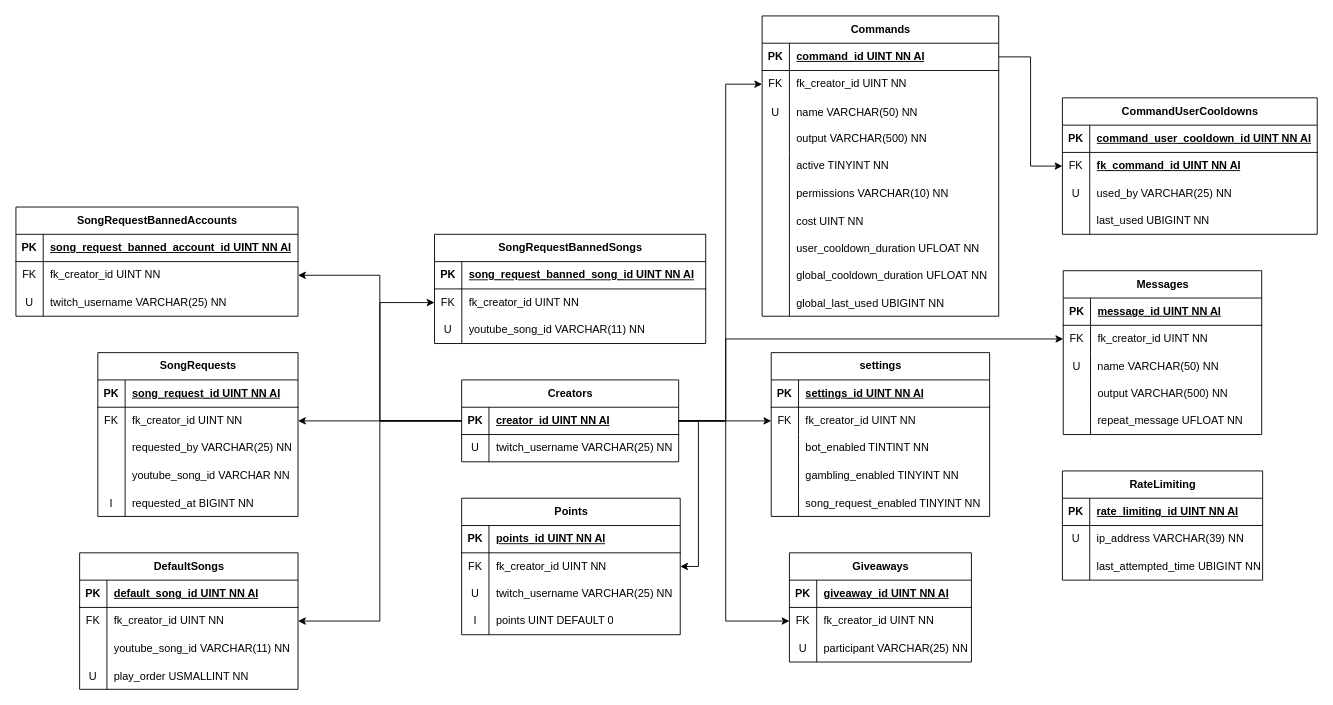
Above: Database/LundBot69 RDS.drawio.xml in MagnusHLund/LundBot69_Twitch (draw.io), before the change. Source tidied: cells renumbered, new cells numbered last; positions are measured from the earlier drawing's top-left corner, leaving out a move shared by most shapes. Both pictures are drawn from the tidied source at 91%, with x=0, y=0 at pixel (15, 15).
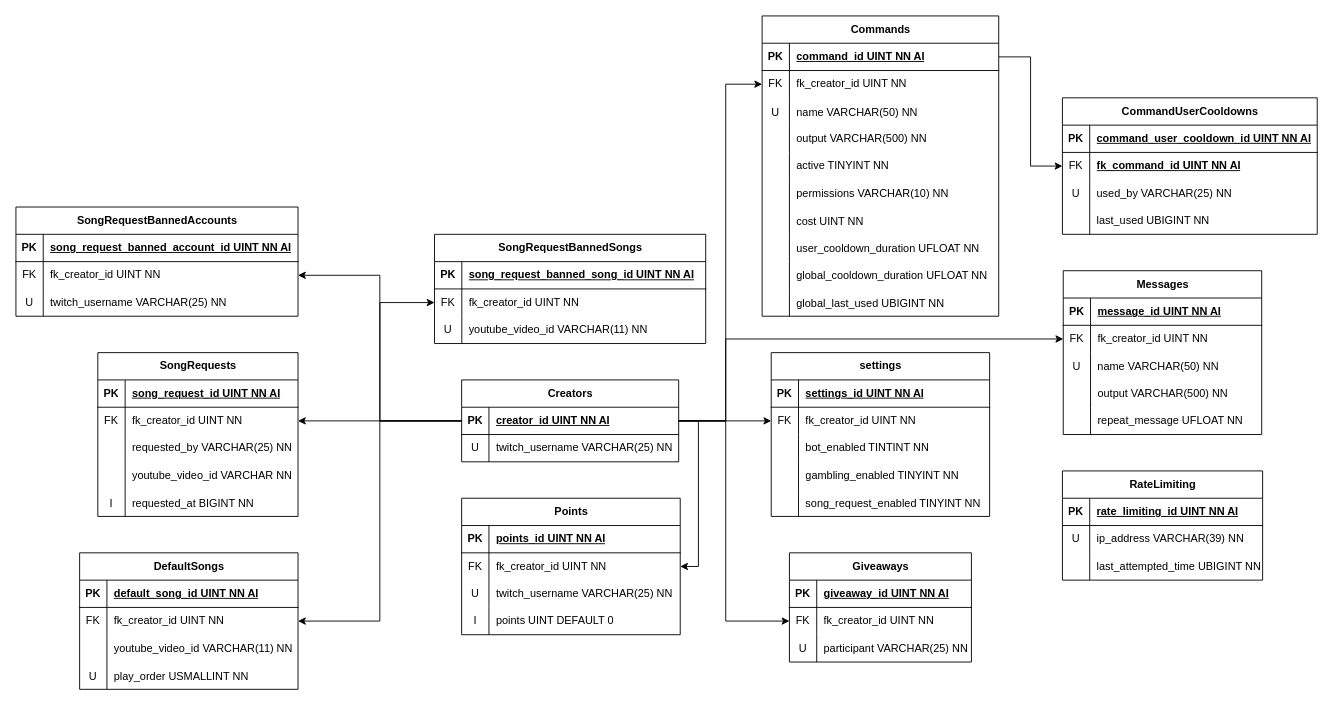
The same diagram, later.

The change refers to these unchanged cells:
```xml
<mxCell id="16" style="shape=tableRow;horizontal=0;startSize=0;swimlaneHead=0;swimlaneBody=0;fillColor=none;top=0;left=0;right=0;bottom=0;" parent="9" vertex="1">
  <mxGeometry y="90" width="298" height="30" as="geometry" />
</mxCell>
<mxCell id="99" style="shape=tableRow;horizontal=0;startSize=0;swimlaneHead=0;swimlaneBody=0;fillColor=none;top=0;left=0;right=0;bottom=0;" parent="89" vertex="1">
  <mxGeometry y="120" width="220" height="30" as="geometry" />
</mxCell>
<mxCell id="112" style="shape=tableRow;horizontal=0;startSize=0;swimlaneHead=0;swimlaneBody=0;fillColor=none;top=0;left=0;right=0;bottom=0;" parent="105" vertex="1">
  <mxGeometry y="90" width="240" height="30" as="geometry" />
</mxCell>
```

Change to the diagram source:
```diff
@@
-    <mxCell id="18" value="youtube_song_id VARCHAR(11) NN" style="shape=partialRectangle;fillColor=none;top=0;left=0;bottom=0;right=0;align=left;spacingLeft=6;overflow=hidden;whiteSpace=wrap;html=1;" parent="16" vertex="1">
+    <mxCell id="18" value="youtube_video_id VARCHAR(11) NN" style="shape=partialRectangle;fillColor=none;top=0;left=0;bottom=0;right=0;align=left;spacingLeft=6;overflow=hidden;whiteSpace=wrap;html=1;" parent="16" vertex="1">
       <mxGeometry x="30" width="268" height="30" as="geometry" />
     </mxCell>
@@
-    <mxCell id="101" value="youtube_song_id VARCHAR NN" style="shape=partialRectangle;fillColor=none;top=0;left=0;bottom=0;right=0;align=left;spacingLeft=6;overflow=hidden;whiteSpace=wrap;html=1;" parent="99" vertex="1">
+    <mxCell id="101" value="youtube_video_id VARCHAR NN" style="shape=partialRectangle;fillColor=none;top=0;left=0;bottom=0;right=0;align=left;spacingLeft=6;overflow=hidden;whiteSpace=wrap;html=1;" parent="99" vertex="1">
       <mxGeometry x="30" width="190" height="30" as="geometry" />
     </mxCell>
@@
-    <mxCell id="114" value="youtube_song_id VARCHAR(11) NN" style="shape=partialRectangle;fillColor=none;top=0;left=0;bottom=0;right=0;align=left;spacingLeft=6;overflow=hidden;whiteSpace=wrap;html=1;" parent="112" vertex="1">
+    <mxCell id="114" value="youtube_video_id VARCHAR(11) NN" style="shape=partialRectangle;fillColor=none;top=0;left=0;bottom=0;right=0;align=left;spacingLeft=6;overflow=hidden;whiteSpace=wrap;html=1;" parent="112" vertex="1">
       <mxGeometry x="30" width="210" height="30" as="geometry" />
     </mxCell>
```
